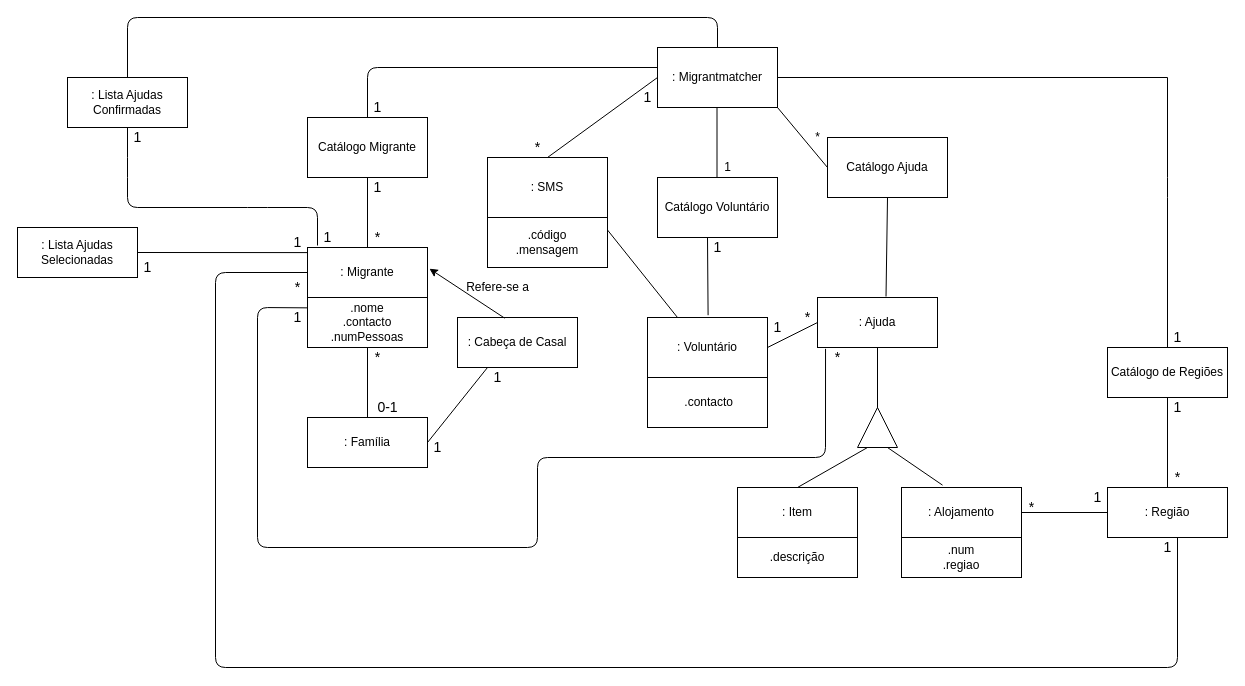
The draw.io diagram MMmodelodominio.drawio in RuiMartins05/DCO, before the edit. Source tidied: cells renumbered, new cells numbered last; positions are measured from the earlier drawing's top-left corner, leaving out a move shared by most shapes. Both pictures are drawn from the tidied source at 100%, with x=0, y=0 at pixel (17, 17).
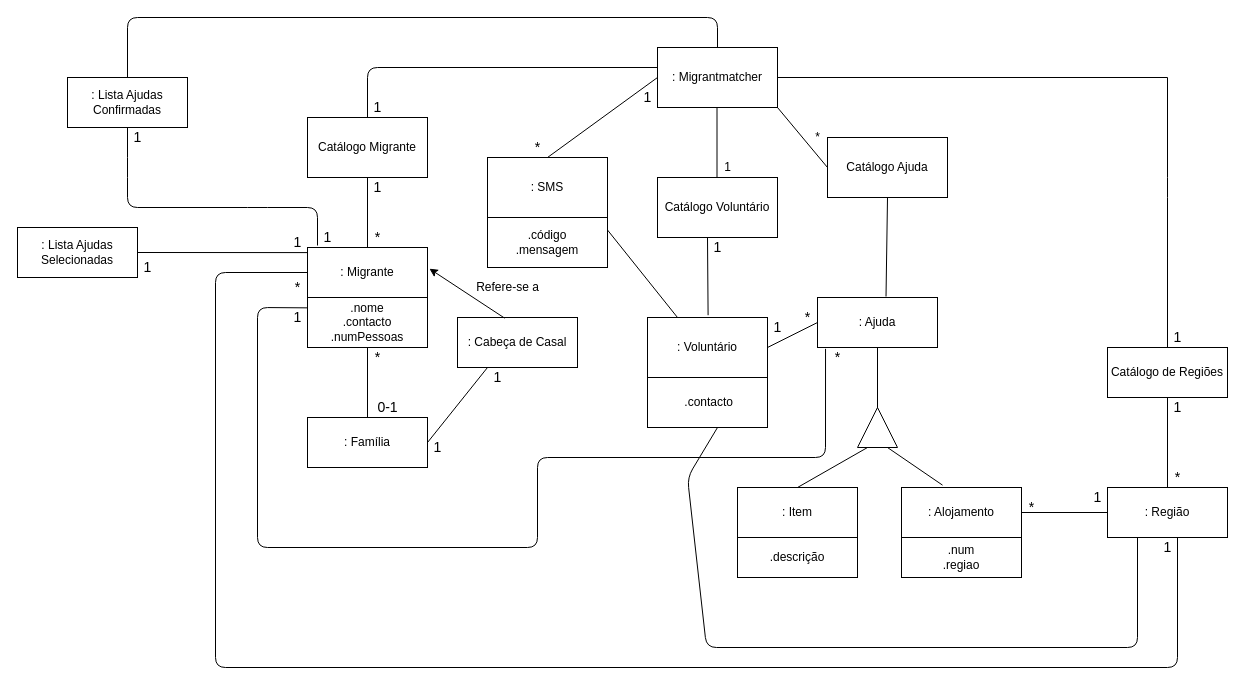
The same page after the edit.

The change refers to these unchanged cells:
```xml
<mxCell id="18" value=": Região" style="rounded=0;whiteSpace=wrap;html=1;" parent="1" vertex="1">
  <mxGeometry x="1090" y="470" width="120" height="50" as="geometry" />
</mxCell>
```

What changed in the source:
```diff
@@
     <mxCell id="54" value="Refere-se a" style="text;html=1;align=center;verticalAlign=middle;strokeColor=none;fillColor=none;" parent="1" vertex="1">
-      <mxGeometry x="440" y="260" width="80" height="20" as="geometry" />
+      <mxGeometry x="450" y="260" width="80" height="20" as="geometry" />
     </mxCell>
@@
+    <mxCell id="76" style="endArrow=none;html=1;exitX=0.25;exitY=1;exitDx=0;exitDy=0;" parent="1" edge="1" source="18">
+      <mxGeometry relative="1" as="geometry">
+        <mxPoint x="700" y="410" as="targetPoint" />
+        <Array as="points">
+          <mxPoint x="1120" y="630" />
+          <mxPoint x="689" y="630" />
+          <mxPoint x="670" y="460" />
+        </Array>
+      </mxGeometry>
+    </mxCell>
```
